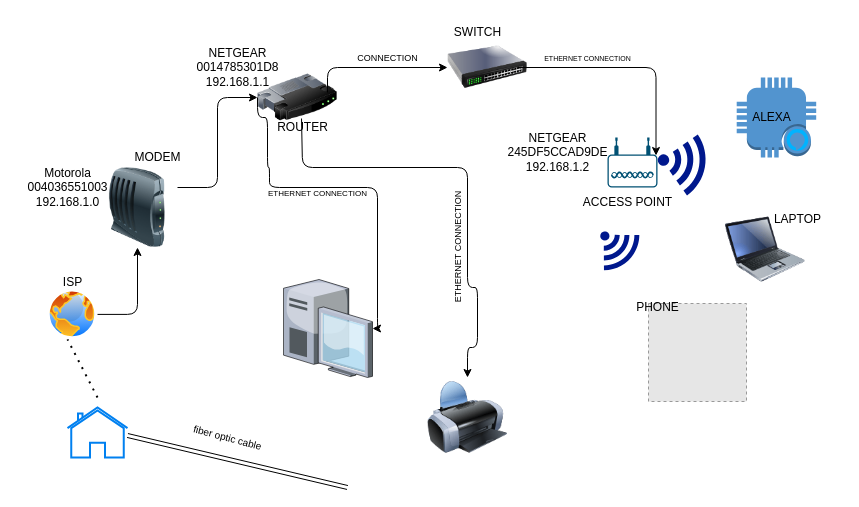
leonisT2/hello-world keeps this draw.io diagram as Untitled Diagram.drawio. Above is the earlier version. Source tidied: cells renumbered, new cells numbered last; positions are measured from the earlier drawing's top-left corner, leaving out a move shared by most shapes. Both pictures are drawn from the tidied source at 100%, with x=0, y=0 at pixel (17, 22). Pictures stored in the file or linked from it are replaced by grey dashed boxes.
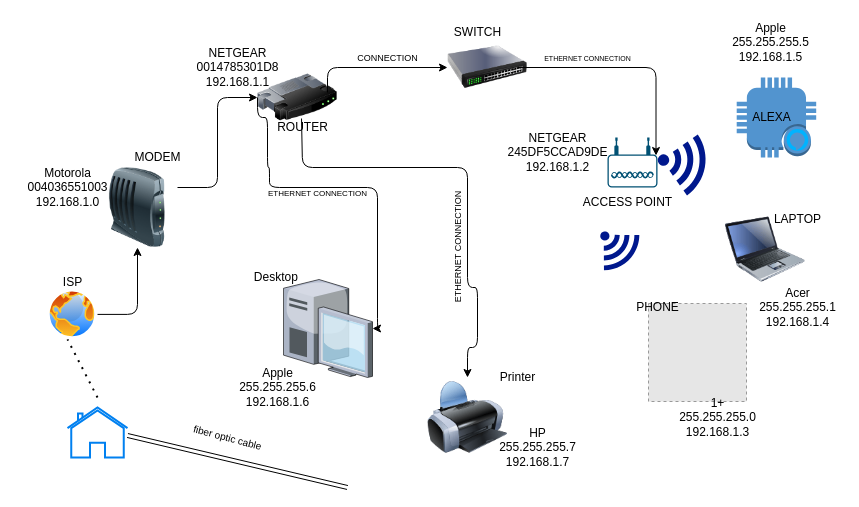
The same diagram, later.

The edit, as a diff of the source:
```diff
@@
+    <mxCell id="39" value="1+&lt;br&gt;255.255.255.0&lt;br&gt;192.168.1.3" style="text;html=1;align=center;verticalAlign=middle;strokeColor=none;" parent="1" vertex="1">
+      <mxGeometry x="655" y="370" width="90" height="50" as="geometry" />
+    </mxCell>
+    <mxCell id="40" value="Acer&lt;br&gt;255.255.255.1&lt;br&gt;192.168.1.4" style="text;html=1;align=center;verticalAlign=middle;strokeColor=none;" parent="1" vertex="1">
+      <mxGeometry x="735" y="260" width="90" height="50" as="geometry" />
+    </mxCell>
+    <mxCell id="41" value="Apple&lt;br&gt;255.255.255.5&lt;br&gt;192.168.1.5" style="text;html=1;align=center;verticalAlign=middle;strokeColor=none;" parent="1" vertex="1">
+      <mxGeometry x="708" y="-5" width="90" height="50" as="geometry" />
+    </mxCell>
+    <mxCell id="42" value="Printer" style="text;html=1;align=center;verticalAlign=middle;strokeColor=none;" parent="1" vertex="1">
+      <mxGeometry x="475" y="345" width="50" height="20" as="geometry" />
+    </mxCell>
+    <mxCell id="43" value="Desktop&amp;nbsp;" style="text;html=1;align=center;verticalAlign=middle;strokeColor=none;" parent="1" vertex="1">
+      <mxGeometry x="230" y="245" width="60" height="20" as="geometry" />
+    </mxCell>
+    <mxCell id="44" value="Apple&lt;br&gt;255.255.255.6&lt;br&gt;192.168.1.6" style="text;html=1;align=center;verticalAlign=middle;strokeColor=none;" parent="1" vertex="1">
+      <mxGeometry x="215" y="340" width="90" height="50" as="geometry" />
+    </mxCell>
+    <mxCell id="45" value="HP&lt;br&gt;255.255.255.7&lt;br&gt;192.168.1.7" style="text;html=1;align=center;verticalAlign=middle;strokeColor=none;" parent="1" vertex="1">
+      <mxGeometry x="475" y="400" width="90" height="50" as="geometry" />
+    </mxCell>
```
